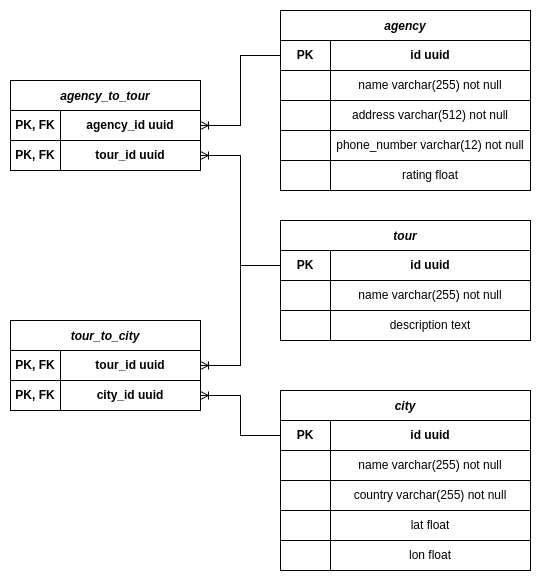
Earlier version of the draw.io export er_schemas/er_schema_light.png (rTiRe/crud_tours). Source tidied: cells renumbered, new cells last; positions are measured from the earlier drawing's top-left corner, leaving out a move shared by most shapes. Source of this version:
```xml
<mxGraphModel>
  <root>
    <mxCell id="0" />
    <mxCell id="1" parent="0" />
    <mxCell id="2" value="city" style="shape=table;startSize=30;fontStyle=3;" parent="1" vertex="1">
      <mxGeometry x="270" y="380" width="250" height="180" as="geometry" />
    </mxCell>
    <mxCell id="3" style="shape=tableRow;horizontal=0;startSize=0;swimlaneHead=0;swimlaneBody=0;strokeColor=inherit;top=0;left=0;bottom=0;right=0;fillColor=none;points=[[0,0.5],[1,0.5]];portConstraint=eastwest;" parent="2" vertex="1">
      <mxGeometry y="30" width="250" height="30" as="geometry" />
    </mxCell>
    <mxCell id="4" value="&lt;b&gt;PK&lt;/b&gt;" style="shape=partialRectangle;html=1;whiteSpace=wrap;strokeColor=inherit;overflow=hidden;fillColor=none;top=0;left=0;bottom=0;right=0;" parent="3" vertex="1">
      <mxGeometry width="50" height="30" as="geometry" />
    </mxCell>
    <mxCell id="5" value="&lt;b&gt;id uuid&lt;/b&gt;" style="shape=partialRectangle;html=1;whiteSpace=wrap;strokeColor=inherit;overflow=hidden;fillColor=none;top=0;left=0;bottom=0;right=0;" parent="3" vertex="1">
      <mxGeometry x="50" width="200" height="30" as="geometry" />
    </mxCell>
    <mxCell id="6" style="shape=tableRow;horizontal=0;startSize=0;swimlaneHead=0;swimlaneBody=0;strokeColor=inherit;top=0;left=0;bottom=0;right=0;fillColor=none;" parent="2" vertex="1">
      <mxGeometry y="60" width="250" height="30" as="geometry" />
    </mxCell>
    <mxCell id="7" style="shape=partialRectangle;html=1;whiteSpace=wrap;strokeColor=inherit;overflow=hidden;fillColor=none;top=0;left=0;bottom=0;right=0;" parent="6" vertex="1">
      <mxGeometry width="50" height="30" as="geometry" />
    </mxCell>
    <mxCell id="8" value="&lt;span style=&quot;text-align: left; text-wrap: nowrap;&quot;&gt;name varchar(255) not null&lt;/span&gt;" style="shape=partialRectangle;html=1;whiteSpace=wrap;strokeColor=inherit;overflow=hidden;fillColor=none;top=0;left=0;bottom=0;right=0;" parent="6" vertex="1">
      <mxGeometry x="50" width="200" height="30" as="geometry" />
    </mxCell>
    <mxCell id="9" style="shape=tableRow;horizontal=0;startSize=0;swimlaneHead=0;swimlaneBody=0;strokeColor=inherit;top=0;left=0;bottom=0;right=0;fillColor=none;" parent="2" vertex="1">
      <mxGeometry y="90" width="250" height="30" as="geometry" />
    </mxCell>
    <mxCell id="10" style="shape=partialRectangle;html=1;whiteSpace=wrap;strokeColor=inherit;overflow=hidden;fillColor=none;top=0;left=0;bottom=0;right=0;" parent="9" vertex="1">
      <mxGeometry width="50" height="30" as="geometry" />
    </mxCell>
    <mxCell id="11" value="&lt;span style=&quot;text-align: left; text-wrap: nowrap;&quot;&gt;country varchar(255) not null&lt;/span&gt;" style="shape=partialRectangle;html=1;whiteSpace=wrap;strokeColor=inherit;overflow=hidden;fillColor=none;top=0;left=0;bottom=0;right=0;" parent="9" vertex="1">
      <mxGeometry x="50" width="200" height="30" as="geometry" />
    </mxCell>
    <mxCell id="12" style="shape=tableRow;horizontal=0;startSize=0;swimlaneHead=0;swimlaneBody=0;strokeColor=inherit;top=0;left=0;bottom=0;right=0;fillColor=none;" parent="2" vertex="1">
      <mxGeometry y="120" width="250" height="30" as="geometry" />
    </mxCell>
    <mxCell id="13" style="shape=partialRectangle;html=1;whiteSpace=wrap;strokeColor=inherit;overflow=hidden;fillColor=none;top=0;left=0;bottom=0;right=0;" parent="12" vertex="1">
      <mxGeometry width="50" height="30" as="geometry" />
    </mxCell>
    <mxCell id="14" value="&lt;span style=&quot;text-align: left; text-wrap: nowrap;&quot;&gt;lat float&lt;/span&gt;" style="shape=partialRectangle;html=1;whiteSpace=wrap;strokeColor=inherit;overflow=hidden;fillColor=none;top=0;left=0;bottom=0;right=0;" parent="12" vertex="1">
      <mxGeometry x="50" width="200" height="30" as="geometry" />
    </mxCell>
    <mxCell id="15" style="shape=tableRow;horizontal=0;startSize=0;swimlaneHead=0;swimlaneBody=0;strokeColor=inherit;top=0;left=0;bottom=0;right=0;fillColor=none;" parent="2" vertex="1">
      <mxGeometry y="150" width="250" height="30" as="geometry" />
    </mxCell>
    <mxCell id="16" style="shape=partialRectangle;html=1;whiteSpace=wrap;strokeColor=inherit;overflow=hidden;fillColor=none;top=0;left=0;bottom=0;right=0;" parent="15" vertex="1">
      <mxGeometry width="50" height="30" as="geometry" />
    </mxCell>
    <mxCell id="17" value="&lt;span style=&quot;text-align: left; text-wrap: nowrap;&quot;&gt;lon float&lt;/span&gt;" style="shape=partialRectangle;html=1;whiteSpace=wrap;strokeColor=inherit;overflow=hidden;fillColor=none;top=0;left=0;bottom=0;right=0;" parent="15" vertex="1">
      <mxGeometry x="50" width="200" height="30" as="geometry" />
    </mxCell>
    <mxCell id="18" value="agency" style="shape=table;startSize=30;fontStyle=3;" parent="1" vertex="1">
      <mxGeometry x="270" width="250" height="180" as="geometry" />
    </mxCell>
    <mxCell id="19" style="shape=tableRow;horizontal=0;startSize=0;swimlaneHead=0;swimlaneBody=0;strokeColor=inherit;top=0;left=0;bottom=0;right=0;fillColor=none;points=[[0,0.5],[1,0.5]];portConstraint=eastwest;" parent="18" vertex="1">
      <mxGeometry y="30" width="250" height="30" as="geometry" />
    </mxCell>
    <mxCell id="20" value="&lt;b&gt;PK&lt;/b&gt;" style="shape=partialRectangle;html=1;whiteSpace=wrap;strokeColor=inherit;overflow=hidden;fillColor=none;top=0;left=0;bottom=0;right=0;" parent="19" vertex="1">
      <mxGeometry width="50" height="30" as="geometry" />
    </mxCell>
    <mxCell id="21" value="&lt;span style=&quot;font-weight: 700; text-align: left; text-wrap: nowrap;&quot;&gt;id uuid&lt;/span&gt;" style="shape=partialRectangle;html=1;whiteSpace=wrap;strokeColor=inherit;overflow=hidden;fillColor=none;top=0;left=0;bottom=0;right=0;" parent="19" vertex="1">
      <mxGeometry x="50" width="200" height="30" as="geometry" />
    </mxCell>
    <mxCell id="22" style="shape=tableRow;horizontal=0;startSize=0;swimlaneHead=0;swimlaneBody=0;strokeColor=inherit;top=0;left=0;bottom=0;right=0;fillColor=none;" parent="18" vertex="1">
      <mxGeometry y="60" width="250" height="30" as="geometry" />
    </mxCell>
    <mxCell id="23" style="shape=partialRectangle;html=1;whiteSpace=wrap;strokeColor=inherit;overflow=hidden;fillColor=none;top=0;left=0;bottom=0;right=0;" parent="22" vertex="1">
      <mxGeometry width="50" height="30" as="geometry" />
    </mxCell>
    <mxCell id="24" value="&lt;span style=&quot;text-align: left; text-wrap: nowrap;&quot;&gt;name varchar(255) not null&lt;/span&gt;" style="shape=partialRectangle;html=1;whiteSpace=wrap;strokeColor=inherit;overflow=hidden;fillColor=none;top=0;left=0;bottom=0;right=0;" parent="22" vertex="1">
      <mxGeometry x="50" width="200" height="30" as="geometry" />
    </mxCell>
    <mxCell id="25" style="shape=tableRow;horizontal=0;startSize=0;swimlaneHead=0;swimlaneBody=0;strokeColor=inherit;top=0;left=0;bottom=0;right=0;fillColor=none;" parent="18" vertex="1">
      <mxGeometry y="90" width="250" height="30" as="geometry" />
    </mxCell>
    <mxCell id="26" style="shape=partialRectangle;html=1;whiteSpace=wrap;strokeColor=inherit;overflow=hidden;fillColor=none;top=0;left=0;bottom=0;right=0;" parent="25" vertex="1">
      <mxGeometry width="50" height="30" as="geometry" />
    </mxCell>
    <mxCell id="27" value="&lt;span style=&quot;text-align: left; text-wrap: nowrap;&quot;&gt;address varchar(512) not null&lt;/span&gt;" style="shape=partialRectangle;html=1;whiteSpace=wrap;strokeColor=inherit;overflow=hidden;fillColor=none;top=0;left=0;bottom=0;right=0;" parent="25" vertex="1">
      <mxGeometry x="50" width="200" height="30" as="geometry" />
    </mxCell>
    <mxCell id="28" style="shape=tableRow;horizontal=0;startSize=0;swimlaneHead=0;swimlaneBody=0;strokeColor=inherit;top=0;left=0;bottom=0;right=0;fillColor=none;" parent="18" vertex="1">
      <mxGeometry y="120" width="250" height="30" as="geometry" />
    </mxCell>
    <mxCell id="29" style="shape=partialRectangle;html=1;whiteSpace=wrap;strokeColor=inherit;overflow=hidden;fillColor=none;top=0;left=0;bottom=0;right=0;" parent="28" vertex="1">
      <mxGeometry width="50" height="30" as="geometry" />
    </mxCell>
    <mxCell id="30" value="&lt;span style=&quot;text-align: left; text-wrap: nowrap;&quot;&gt;phone_number varchar(12) not null&lt;/span&gt;" style="shape=partialRectangle;html=1;whiteSpace=wrap;strokeColor=inherit;overflow=hidden;fillColor=none;top=0;left=0;bottom=0;right=0;" parent="28" vertex="1">
      <mxGeometry x="50" width="200" height="30" as="geometry" />
    </mxCell>
    <mxCell id="31" style="shape=tableRow;horizontal=0;startSize=0;swimlaneHead=0;swimlaneBody=0;strokeColor=inherit;top=0;left=0;bottom=0;right=0;fillColor=none;" parent="18" vertex="1">
      <mxGeometry y="150" width="250" height="30" as="geometry" />
    </mxCell>
    <mxCell id="32" style="shape=partialRectangle;html=1;whiteSpace=wrap;strokeColor=inherit;overflow=hidden;fillColor=none;top=0;left=0;bottom=0;right=0;" parent="31" vertex="1">
      <mxGeometry width="50" height="30" as="geometry" />
    </mxCell>
    <mxCell id="33" value="&lt;span style=&quot;text-align: left; text-wrap: nowrap;&quot;&gt;rating float&lt;/span&gt;" style="shape=partialRectangle;html=1;whiteSpace=wrap;strokeColor=inherit;overflow=hidden;fillColor=none;top=0;left=0;bottom=0;right=0;" parent="31" vertex="1">
      <mxGeometry x="50" width="200" height="30" as="geometry" />
    </mxCell>
    <mxCell id="34" value="tour" style="shape=table;startSize=30;fontStyle=3;" parent="1" vertex="1">
      <mxGeometry x="270" y="210" width="250" height="120" as="geometry" />
    </mxCell>
    <mxCell id="35" style="shape=tableRow;horizontal=0;startSize=0;swimlaneHead=0;swimlaneBody=0;strokeColor=inherit;top=0;left=0;bottom=0;right=0;fillColor=none;points=[[0,0.5],[1,0.5]];portConstraint=eastwest;" parent="34" vertex="1">
      <mxGeometry y="30" width="250" height="30" as="geometry" />
    </mxCell>
    <mxCell id="36" value="&lt;b&gt;PK&lt;/b&gt;" style="shape=partialRectangle;html=1;whiteSpace=wrap;strokeColor=inherit;overflow=hidden;fillColor=none;top=0;left=0;bottom=0;right=0;" parent="35" vertex="1">
      <mxGeometry width="50" height="30" as="geometry" />
    </mxCell>
    <mxCell id="37" value="&lt;b&gt;id uuid&lt;/b&gt;" style="shape=partialRectangle;html=1;whiteSpace=wrap;strokeColor=inherit;overflow=hidden;fillColor=none;top=0;left=0;bottom=0;right=0;" parent="35" vertex="1">
      <mxGeometry x="50" width="200" height="30" as="geometry" />
    </mxCell>
    <mxCell id="38" style="shape=tableRow;horizontal=0;startSize=0;swimlaneHead=0;swimlaneBody=0;strokeColor=inherit;top=0;left=0;bottom=0;right=0;fillColor=none;" parent="34" vertex="1">
      <mxGeometry y="60" width="250" height="30" as="geometry" />
    </mxCell>
    <mxCell id="39" style="shape=partialRectangle;html=1;whiteSpace=wrap;strokeColor=inherit;overflow=hidden;fillColor=none;top=0;left=0;bottom=0;right=0;" parent="38" vertex="1">
      <mxGeometry width="50" height="30" as="geometry" />
    </mxCell>
    <mxCell id="40" value="&lt;span style=&quot;text-align: left; text-wrap: nowrap;&quot;&gt;name varchar(255) not null&lt;/span&gt;" style="shape=partialRectangle;html=1;whiteSpace=wrap;strokeColor=inherit;overflow=hidden;fillColor=none;top=0;left=0;bottom=0;right=0;" parent="38" vertex="1">
      <mxGeometry x="50" width="200" height="30" as="geometry" />
    </mxCell>
    <mxCell id="41" style="shape=tableRow;horizontal=0;startSize=0;swimlaneHead=0;swimlaneBody=0;strokeColor=inherit;top=0;left=0;bottom=0;right=0;fillColor=none;" parent="34" vertex="1">
      <mxGeometry y="90" width="250" height="30" as="geometry" />
    </mxCell>
    <mxCell id="42" style="shape=partialRectangle;html=1;whiteSpace=wrap;strokeColor=inherit;overflow=hidden;fillColor=none;top=0;left=0;bottom=0;right=0;" parent="41" vertex="1">
      <mxGeometry width="50" height="30" as="geometry" />
    </mxCell>
    <mxCell id="43" value="&lt;span style=&quot;text-align: left; text-wrap: nowrap;&quot;&gt;description text&lt;/span&gt;" style="shape=partialRectangle;html=1;whiteSpace=wrap;strokeColor=inherit;overflow=hidden;fillColor=none;top=0;left=0;bottom=0;right=0;" parent="41" vertex="1">
      <mxGeometry x="50" width="200" height="30" as="geometry" />
    </mxCell>
    <mxCell id="44" value="agency_to_tour" style="shape=table;startSize=30;fontStyle=3;" parent="1" vertex="1">
      <mxGeometry y="70" width="190" height="90" as="geometry" />
    </mxCell>
    <mxCell id="45" style="shape=tableRow;horizontal=0;startSize=0;swimlaneHead=0;swimlaneBody=0;strokeColor=inherit;top=0;left=0;bottom=0;right=0;fillColor=none;points=[[0,0.5],[1,0.5]];portConstraint=eastwest;" parent="44" vertex="1">
      <mxGeometry y="30" width="190" height="30" as="geometry" />
    </mxCell>
    <mxCell id="46" value="&lt;b&gt;PK, FK&lt;/b&gt;" style="shape=partialRectangle;html=1;whiteSpace=wrap;strokeColor=inherit;overflow=hidden;fillColor=none;top=0;left=0;bottom=0;right=0;" parent="45" vertex="1">
      <mxGeometry width="50" height="30" as="geometry" />
    </mxCell>
    <mxCell id="47" value="&lt;b&gt;agency_id uuid&lt;/b&gt;" style="shape=partialRectangle;html=1;whiteSpace=wrap;strokeColor=inherit;overflow=hidden;fillColor=none;top=0;left=0;bottom=0;right=0;" parent="45" vertex="1">
      <mxGeometry x="50" width="140" height="30" as="geometry" />
    </mxCell>
    <mxCell id="48" style="shape=tableRow;horizontal=0;startSize=0;swimlaneHead=0;swimlaneBody=0;strokeColor=inherit;top=0;left=0;bottom=0;right=0;fillColor=none;points=[[0,0.5],[1,0.5]];portConstraint=eastwest;" parent="44" vertex="1">
      <mxGeometry y="60" width="190" height="30" as="geometry" />
    </mxCell>
    <mxCell id="49" value="&lt;b&gt;PK, FK&lt;/b&gt;" style="shape=partialRectangle;html=1;whiteSpace=wrap;strokeColor=inherit;overflow=hidden;fillColor=none;top=0;left=0;bottom=0;right=0;" parent="48" vertex="1">
      <mxGeometry width="50" height="30" as="geometry" />
    </mxCell>
    <mxCell id="50" value="&lt;b&gt;tour_id uuid&lt;/b&gt;" style="shape=partialRectangle;html=1;whiteSpace=wrap;strokeColor=inherit;overflow=hidden;fillColor=none;top=0;left=0;bottom=0;right=0;" parent="48" vertex="1">
      <mxGeometry x="50" width="140" height="30" as="geometry" />
    </mxCell>
    <mxCell id="51" value="tour_to_city" style="shape=table;startSize=30;fontStyle=3;" parent="1" vertex="1">
      <mxGeometry y="310" width="190" height="90" as="geometry" />
    </mxCell>
    <mxCell id="52" style="shape=tableRow;horizontal=0;startSize=0;swimlaneHead=0;swimlaneBody=0;strokeColor=inherit;top=0;left=0;bottom=0;right=0;fillColor=none;points=[[0,0.5],[1,0.5]];portConstraint=eastwest;" parent="51" vertex="1">
      <mxGeometry y="30" width="190" height="30" as="geometry" />
    </mxCell>
    <mxCell id="53" value="&lt;b&gt;PK, FK&lt;/b&gt;" style="shape=partialRectangle;html=1;whiteSpace=wrap;strokeColor=inherit;overflow=hidden;fillColor=none;top=0;left=0;bottom=0;right=0;" parent="52" vertex="1">
      <mxGeometry width="50" height="30" as="geometry" />
    </mxCell>
    <mxCell id="54" value="&lt;b&gt;tour_id uuid&lt;/b&gt;" style="shape=partialRectangle;html=1;whiteSpace=wrap;strokeColor=inherit;overflow=hidden;fillColor=none;top=0;left=0;bottom=0;right=0;" parent="52" vertex="1">
      <mxGeometry x="50" width="140" height="30" as="geometry" />
    </mxCell>
    <mxCell id="55" style="shape=tableRow;horizontal=0;startSize=0;swimlaneHead=0;swimlaneBody=0;strokeColor=inherit;top=0;left=0;bottom=0;right=0;fillColor=none;points=[[0,0.5],[1,0.5]];portConstraint=eastwest;" parent="51" vertex="1">
      <mxGeometry y="60" width="190" height="30" as="geometry" />
    </mxCell>
    <mxCell id="56" value="&lt;b&gt;PK, FK&lt;/b&gt;" style="shape=partialRectangle;html=1;whiteSpace=wrap;strokeColor=inherit;overflow=hidden;fillColor=none;top=0;left=0;bottom=0;right=0;" parent="55" vertex="1">
      <mxGeometry width="50" height="30" as="geometry" />
    </mxCell>
    <mxCell id="57" value="&lt;b&gt;city_id uuid&lt;/b&gt;" style="shape=partialRectangle;html=1;whiteSpace=wrap;strokeColor=inherit;overflow=hidden;fillColor=none;top=0;left=0;bottom=0;right=0;" parent="55" vertex="1">
      <mxGeometry x="50" width="140" height="30" as="geometry" />
    </mxCell>
    <mxCell id="58" style="edgeStyle=orthogonalEdgeStyle;rounded=0;jettySize=auto;html=1;exitX=0;exitY=0.5;exitDx=0;exitDy=0;entryX=1;entryY=0.5;entryDx=0;entryDy=0;endArrow=ERoneToMany;endFill=0;" parent="1" edge="1" source="3" target="55">
      <mxGeometry relative="1" as="geometry" />
    </mxCell>
    <mxCell id="59" style="edgeStyle=orthogonalEdgeStyle;rounded=0;jettySize=auto;html=1;exitX=0;exitY=0.5;exitDx=0;exitDy=0;entryX=1;entryY=0.5;entryDx=0;entryDy=0;endArrow=ERoneToMany;endFill=0;" parent="1" edge="1" source="35" target="52">
      <mxGeometry relative="1" as="geometry" />
    </mxCell>
    <mxCell id="60" style="edgeStyle=orthogonalEdgeStyle;rounded=0;jettySize=auto;html=1;exitX=0;exitY=0.5;exitDx=0;exitDy=0;entryX=1;entryY=0.5;entryDx=0;entryDy=0;endArrow=ERoneToMany;endFill=0;" parent="1" edge="1" source="35" target="48">
      <mxGeometry relative="1" as="geometry" />
    </mxCell>
    <mxCell id="61" style="edgeStyle=orthogonalEdgeStyle;rounded=0;jettySize=auto;html=1;exitX=0;exitY=0.5;exitDx=0;exitDy=0;endArrow=ERoneToMany;endFill=0;" parent="1" edge="1" source="19" target="45">
      <mxGeometry relative="1" as="geometry" />
    </mxCell>
  </root>
</mxGraphModel>
```
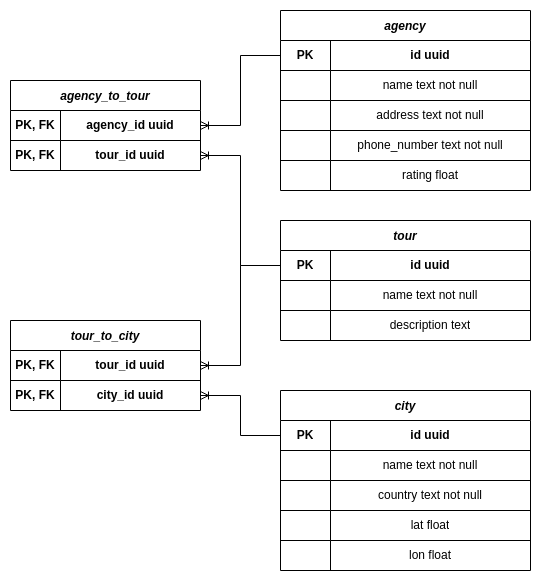
Later version of the same file.

Commit message:
Replace all varchar to text in er_shemas

Change to the diagram source:
```diff
@@ -20,7 +20,7 @@
     <mxCell id="7" style="shape=partialRectangle;html=1;whiteSpace=wrap;strokeColor=inherit;overflow=hidden;fillColor=none;top=0;left=0;bottom=0;right=0;" parent="6" vertex="1">
       <mxGeometry width="50" height="30" as="geometry" />
     </mxCell>
-    <mxCell id="8" value="&lt;span style=&quot;text-align: left; text-wrap: nowrap;&quot;&gt;name varchar(255) not null&lt;/span&gt;" style="shape=partialRectangle;html=1;whiteSpace=wrap;strokeColor=inherit;overflow=hidden;fillColor=none;top=0;left=0;bottom=0;right=0;" parent="6" vertex="1">
+    <mxCell id="8" value="&lt;span style=&quot;text-align: left; text-wrap: nowrap;&quot;&gt;name text not null&lt;/span&gt;" style="shape=partialRectangle;html=1;whiteSpace=wrap;strokeColor=inherit;overflow=hidden;fillColor=none;top=0;left=0;bottom=0;right=0;" parent="6" vertex="1">
       <mxGeometry x="50" width="200" height="30" as="geometry" />
     </mxCell>
     <mxCell id="9" style="shape=tableRow;horizontal=0;startSize=0;swimlaneHead=0;swimlaneBody=0;strokeColor=inherit;top=0;left=0;bottom=0;right=0;fillColor=none;" parent="2" vertex="1">
@@ -29,7 +29,7 @@
     <mxCell id="10" style="shape=partialRectangle;html=1;whiteSpace=wrap;strokeColor=inherit;overflow=hidden;fillColor=none;top=0;left=0;bottom=0;right=0;" parent="9" vertex="1">
       <mxGeometry width="50" height="30" as="geometry" />
     </mxCell>
-    <mxCell id="11" value="&lt;span style=&quot;text-align: left; text-wrap: nowrap;&quot;&gt;country varchar(255) not null&lt;/span&gt;" style="shape=partialRectangle;html=1;whiteSpace=wrap;strokeColor=inherit;overflow=hidden;fillColor=none;top=0;left=0;bottom=0;right=0;" parent="9" vertex="1">
+    <mxCell id="11" value="&lt;span style=&quot;text-align: left; text-wrap: nowrap;&quot;&gt;country text not null&lt;/span&gt;" style="shape=partialRectangle;html=1;whiteSpace=wrap;strokeColor=inherit;overflow=hidden;fillColor=none;top=0;left=0;bottom=0;right=0;" parent="9" vertex="1">
       <mxGeometry x="50" width="200" height="30" as="geometry" />
     </mxCell>
     <mxCell id="12" style="shape=tableRow;horizontal=0;startSize=0;swimlaneHead=0;swimlaneBody=0;strokeColor=inherit;top=0;left=0;bottom=0;right=0;fillColor=none;" parent="2" vertex="1">
@@ -68,7 +68,7 @@
     <mxCell id="23" style="shape=partialRectangle;html=1;whiteSpace=wrap;strokeColor=inherit;overflow=hidden;fillColor=none;top=0;left=0;bottom=0;right=0;" parent="22" vertex="1">
       <mxGeometry width="50" height="30" as="geometry" />
     </mxCell>
-    <mxCell id="24" value="&lt;span style=&quot;text-align: left; text-wrap: nowrap;&quot;&gt;name varchar(255) not null&lt;/span&gt;" style="shape=partialRectangle;html=1;whiteSpace=wrap;strokeColor=inherit;overflow=hidden;fillColor=none;top=0;left=0;bottom=0;right=0;" parent="22" vertex="1">
+    <mxCell id="24" value="&lt;span style=&quot;text-align: left; text-wrap: nowrap;&quot;&gt;name text not null&lt;/span&gt;" style="shape=partialRectangle;html=1;whiteSpace=wrap;strokeColor=inherit;overflow=hidden;fillColor=none;top=0;left=0;bottom=0;right=0;" parent="22" vertex="1">
       <mxGeometry x="50" width="200" height="30" as="geometry" />
     </mxCell>
     <mxCell id="25" style="shape=tableRow;horizontal=0;startSize=0;swimlaneHead=0;swimlaneBody=0;strokeColor=inherit;top=0;left=0;bottom=0;right=0;fillColor=none;" parent="18" vertex="1">
@@ -77,7 +77,7 @@
     <mxCell id="26" style="shape=partialRectangle;html=1;whiteSpace=wrap;strokeColor=inherit;overflow=hidden;fillColor=none;top=0;left=0;bottom=0;right=0;" parent="25" vertex="1">
       <mxGeometry width="50" height="30" as="geometry" />
     </mxCell>
-    <mxCell id="27" value="&lt;span style=&quot;text-align: left; text-wrap: nowrap;&quot;&gt;address varchar(512) not null&lt;/span&gt;" style="shape=partialRectangle;html=1;whiteSpace=wrap;strokeColor=inherit;overflow=hidden;fillColor=none;top=0;left=0;bottom=0;right=0;" parent="25" vertex="1">
+    <mxCell id="27" value="&lt;span style=&quot;text-align: left; text-wrap: nowrap;&quot;&gt;address text not null&lt;/span&gt;" style="shape=partialRectangle;html=1;whiteSpace=wrap;strokeColor=inherit;overflow=hidden;fillColor=none;top=0;left=0;bottom=0;right=0;" parent="25" vertex="1">
       <mxGeometry x="50" width="200" height="30" as="geometry" />
     </mxCell>
     <mxCell id="28" style="shape=tableRow;horizontal=0;startSize=0;swimlaneHead=0;swimlaneBody=0;strokeColor=inherit;top=0;left=0;bottom=0;right=0;fillColor=none;" parent="18" vertex="1">
@@ -86,7 +86,7 @@
     <mxCell id="29" style="shape=partialRectangle;html=1;whiteSpace=wrap;strokeColor=inherit;overflow=hidden;fillColor=none;top=0;left=0;bottom=0;right=0;" parent="28" vertex="1">
       <mxGeometry width="50" height="30" as="geometry" />
     </mxCell>
-    <mxCell id="30" value="&lt;span style=&quot;text-align: left; text-wrap: nowrap;&quot;&gt;phone_number varchar(12) not null&lt;/span&gt;" style="shape=partialRectangle;html=1;whiteSpace=wrap;strokeColor=inherit;overflow=hidden;fillColor=none;top=0;left=0;bottom=0;right=0;" parent="28" vertex="1">
+    <mxCell id="30" value="&lt;span style=&quot;text-align: left; text-wrap: nowrap;&quot;&gt;phone_number text not null&lt;/span&gt;" style="shape=partialRectangle;html=1;whiteSpace=wrap;strokeColor=inherit;overflow=hidden;fillColor=none;top=0;left=0;bottom=0;right=0;" parent="28" vertex="1">
       <mxGeometry x="50" width="200" height="30" as="geometry" />
     </mxCell>
     <mxCell id="31" style="shape=tableRow;horizontal=0;startSize=0;swimlaneHead=0;swimlaneBody=0;strokeColor=inherit;top=0;left=0;bottom=0;right=0;fillColor=none;" parent="18" vertex="1">
@@ -116,7 +116,7 @@
     <mxCell id="39" style="shape=partialRectangle;html=1;whiteSpace=wrap;strokeColor=inherit;overflow=hidden;fillColor=none;top=0;left=0;bottom=0;right=0;" parent="38" vertex="1">
       <mxGeometry width="50" height="30" as="geometry" />
     </mxCell>
-    <mxCell id="40" value="&lt;span style=&quot;text-align: left; text-wrap: nowrap;&quot;&gt;name varchar(255) not null&lt;/span&gt;" style="shape=partialRectangle;html=1;whiteSpace=wrap;strokeColor=inherit;overflow=hidden;fillColor=none;top=0;left=0;bottom=0;right=0;" parent="38" vertex="1">
+    <mxCell id="40" value="&lt;span style=&quot;text-align: left; text-wrap: nowrap;&quot;&gt;name text not null&lt;/span&gt;" style="shape=partialRectangle;html=1;whiteSpace=wrap;strokeColor=inherit;overflow=hidden;fillColor=none;top=0;left=0;bottom=0;right=0;" parent="38" vertex="1">
       <mxGeometry x="50" width="200" height="30" as="geometry" />
     </mxCell>
     <mxCell id="41" style="shape=tableRow;horizontal=0;startSize=0;swimlaneHead=0;swimlaneBody=0;strokeColor=inherit;top=0;left=0;bottom=0;right=0;fillColor=none;" parent="34" vertex="1">
```
